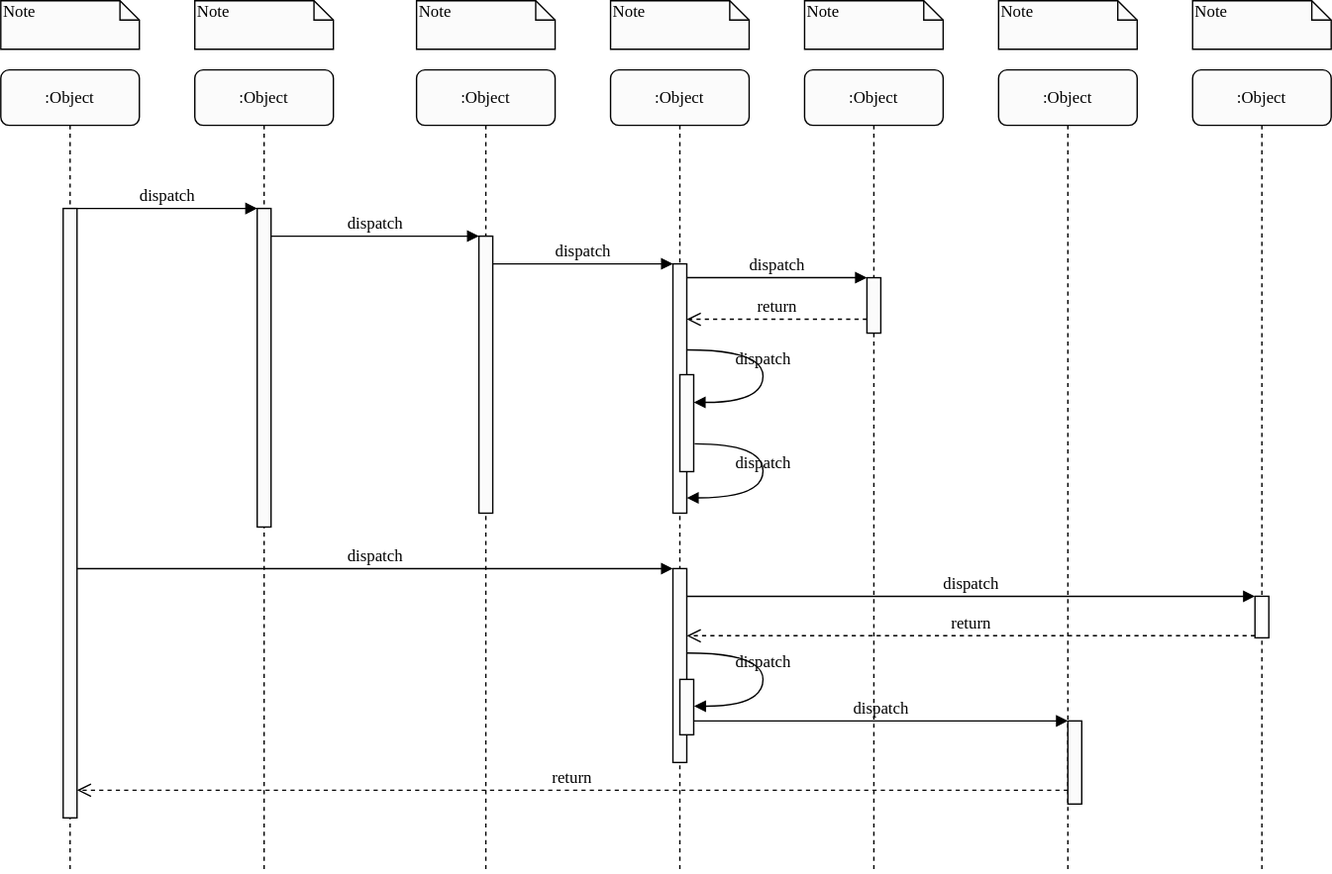
nixul9/OK keeps this draw.io diagram as Diagrama_Secuencia.drawio.svg. Above is the earlier version. Source tidied: cells renumbered, new cells last; positions are measured from the earlier drawing's top-left corner, leaving out a move shared by most shapes.
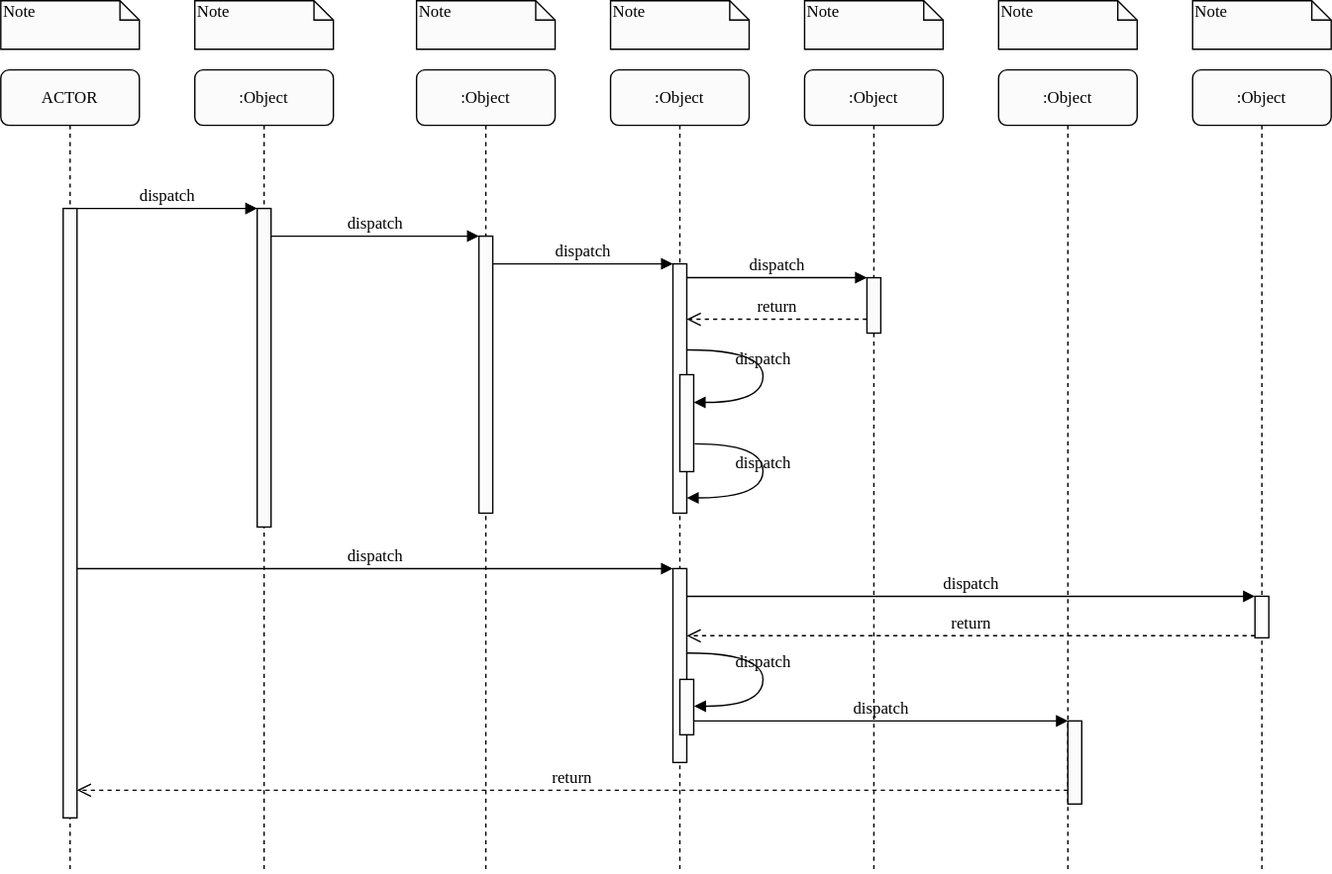
After the commit.

What changed in the source:
```diff
@@ -26,7 +26,7 @@
     <mxCell id="9" value=":Object" style="shape=umlLifeline;perimeter=lifelinePerimeter;whiteSpace=wrap;html=1;rounded=1;shadow=0;comic=0;labelBackgroundColor=none;strokeWidth=1;fontFamily=Verdana;fontSize=12;align=center;" parent="1" vertex="1">
       <mxGeometry x="860" y="50" width="100" height="580" as="geometry" />
     </mxCell>
-    <mxCell id="10" value=":Object" style="shape=umlLifeline;perimeter=lifelinePerimeter;whiteSpace=wrap;html=1;rounded=1;shadow=0;comic=0;labelBackgroundColor=none;strokeWidth=1;fontFamily=Verdana;fontSize=12;align=center;" parent="1" vertex="1">
+    <mxCell id="10" value="ACTOR" style="shape=umlLifeline;perimeter=lifelinePerimeter;whiteSpace=wrap;html=1;rounded=1;shadow=0;comic=0;labelBackgroundColor=none;strokeWidth=1;fontFamily=Verdana;fontSize=12;align=center;" parent="1" vertex="1">
       <mxGeometry y="50" width="100" height="580" as="geometry" />
     </mxCell>
     <mxCell id="11" style="html=1;points=[];perimeter=orthogonalPerimeter;rounded=0;shadow=0;comic=0;labelBackgroundColor=none;strokeWidth=1;fontFamily=Verdana;fontSize=12;align=center;" parent="10" vertex="1">
```
